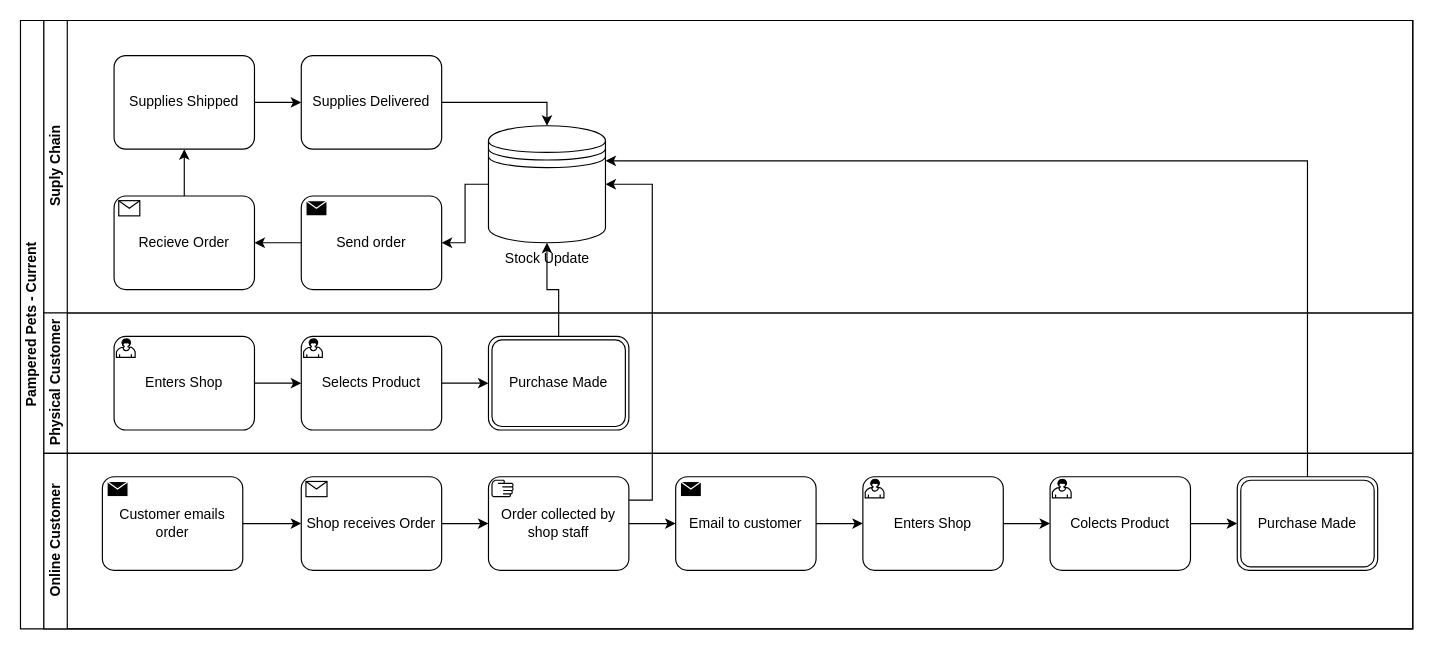
Earlier version of the draw.io diagram SRM/TeamProject/CurrentProcess.drawio (MCollins87/MSC_EnterpriseIT). Source tidied: cells renumbered, new cells numbered last; positions are measured from the earlier drawing's top-left corner, leaving out a move shared by most shapes. Both pictures are drawn from the tidied source at 117%, with x=0, y=0 at pixel (20, 20).
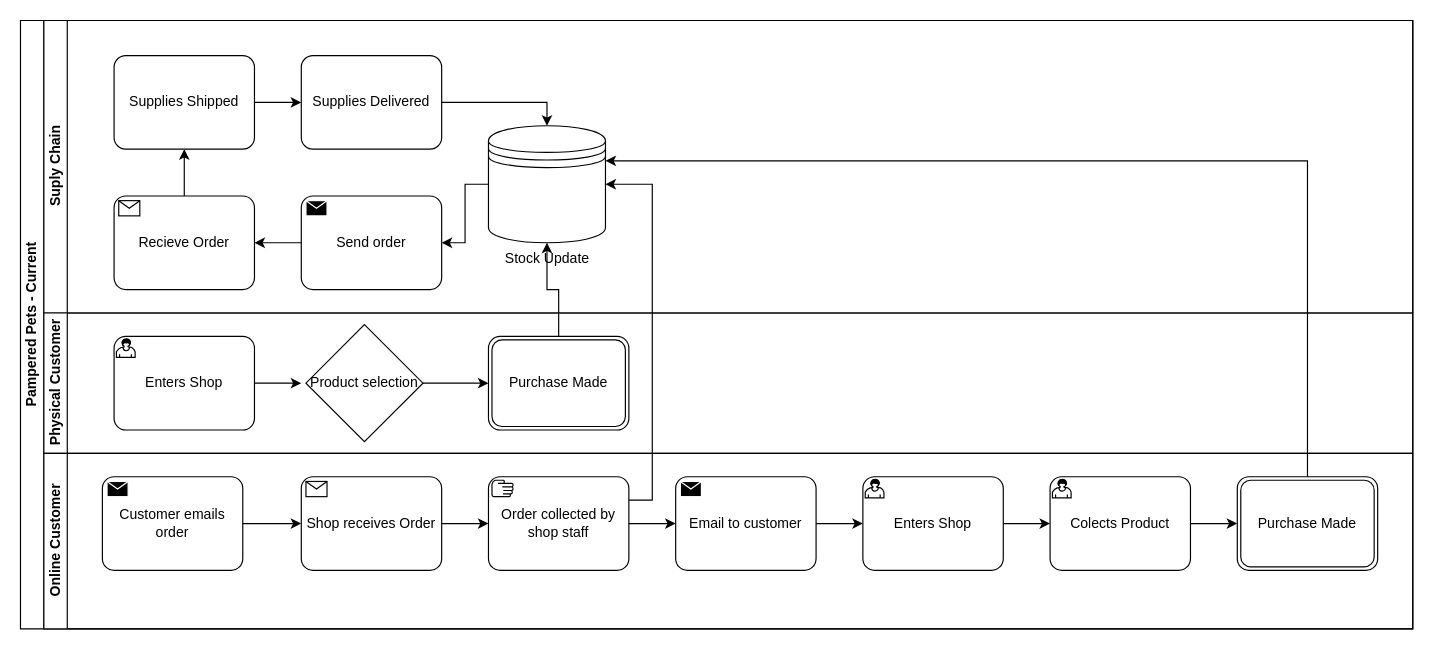
The same page after the edit.

Unchanged cells that the change refers to:
```xml
<mxCell id="14" value="Physical Customer" style="swimlane;html=1;startSize=20;horizontal=0;" parent="2" vertex="1">
  <mxGeometry x="20" y="250" width="1170" height="120" as="geometry" />
</mxCell>
<mxCell id="16" value="Enters Shop" style="points=[[0.25,0,0],[0.5,0,0],[0.75,0,0],[1,0.25,0],[1,0.5,0],[1,0.75,0],[0.75,1,0],[0.5,1,0],[0.25,1,0],[0,0.75,0],[0,0.5,0],[0,0.25,0]];shape=mxgraph.bpmn.task;whiteSpace=wrap;rectStyle=rounded;size=10;html=1;taskMarker=user;" parent="14" vertex="1">
  <mxGeometry x="60" y="20" width="120" height="80" as="geometry" />
</mxCell>
<mxCell id="19" value="Purchase Made" style="points=[[0.25,0,0],[0.5,0,0],[0.75,0,0],[1,0.25,0],[1,0.5,0],[1,0.75,0],[0.75,1,0],[0.5,1,0],[0.25,1,0],[0,0.75,0],[0,0.5,0],[0,0.25,0]];shape=mxgraph.bpmn.task;whiteSpace=wrap;rectStyle=rounded;size=10;html=1;taskMarker=abstract;bpmnShapeType=transaction;" parent="14" vertex="1">
  <mxGeometry x="380" y="20" width="120" height="80" as="geometry" />
</mxCell>
```

Diff of the diagram source:
```diff
@@
-    <mxCell id="15" style="edgeStyle=orthogonalEdgeStyle;rounded=0;jettySize=auto;html=1;" parent="14" edge="1" source="16" target="18">
-      <mxGeometry relative="1" as="geometry" />
+    <mxCell id="15" style="edgeStyle=orthogonalEdgeStyle;rounded=0;jettySize=auto;html=1;" parent="14" edge="1" source="16">
+      <mxGeometry relative="1" as="geometry">
+        <mxPoint x="220" y="60" as="targetPoint" />
+      </mxGeometry>
     </mxCell>
@@
-    <mxCell id="17" style="edgeStyle=orthogonalEdgeStyle;rounded=0;jettySize=auto;html=1;exitX=1;exitY=0.5;exitDx=0;exitDy=0;exitPerimeter=0;" parent="14" edge="1" source="18" target="19">
+    <mxCell id="17" style="edgeStyle=orthogonalEdgeStyle;rounded=0;jettySize=auto;html=1;exitX=1;exitY=0.5;exitDx=0;exitDy=0;exitPerimeter=0;" parent="14" edge="1" source="37" target="19">
       <mxGeometry relative="1" as="geometry" />
     </mxCell>
-    <mxCell id="18" value="Selects Product" style="points=[[0.25,0,0],[0.5,0,0],[0.75,0,0],[1,0.25,0],[1,0.5,0],[1,0.75,0],[0.75,1,0],[0.5,1,0],[0.25,1,0],[0,0.75,0],[0,0.5,0],[0,0.25,0]];shape=mxgraph.bpmn.task;whiteSpace=wrap;rectStyle=rounded;size=10;html=1;taskMarker=user;" parent="14" vertex="1">
-      <mxGeometry x="220" y="20" width="120" height="80" as="geometry" />
-    </mxCell>
@@
+    <mxCell id="37" value="Product selection" style="strokeWidth=1;html=1;shape=mxgraph.flowchart.decision;whiteSpace=wrap;" parent="14" vertex="1">
+      <mxGeometry x="224" y="10" width="100" height="100" as="geometry" />
+    </mxCell>
```
